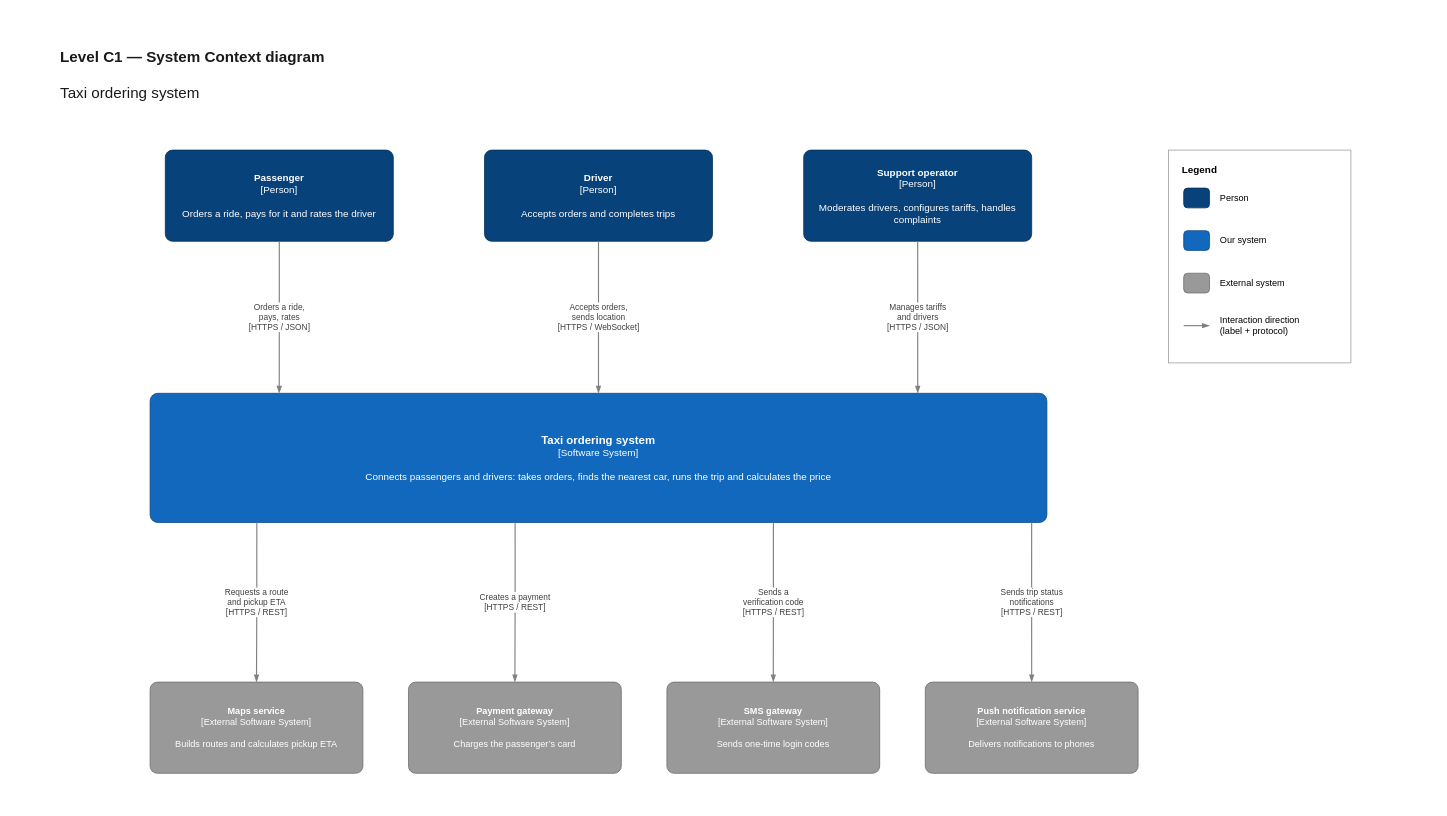
The draw.io diagram page "C1 — System Context" (1 of 3) of docs/architecture/ideal/diagrams/taxi-c4-model.drawio in mineo71/taxi-app, before the edit. Source tidied: cells renumbered, new cells numbered last; positions are measured from the earlier drawing's top-left corner, leaving out a move shared by most shapes. Both pictures are drawn from the tidied source at 76%, with x=0, y=0 at pixel (13, 13).
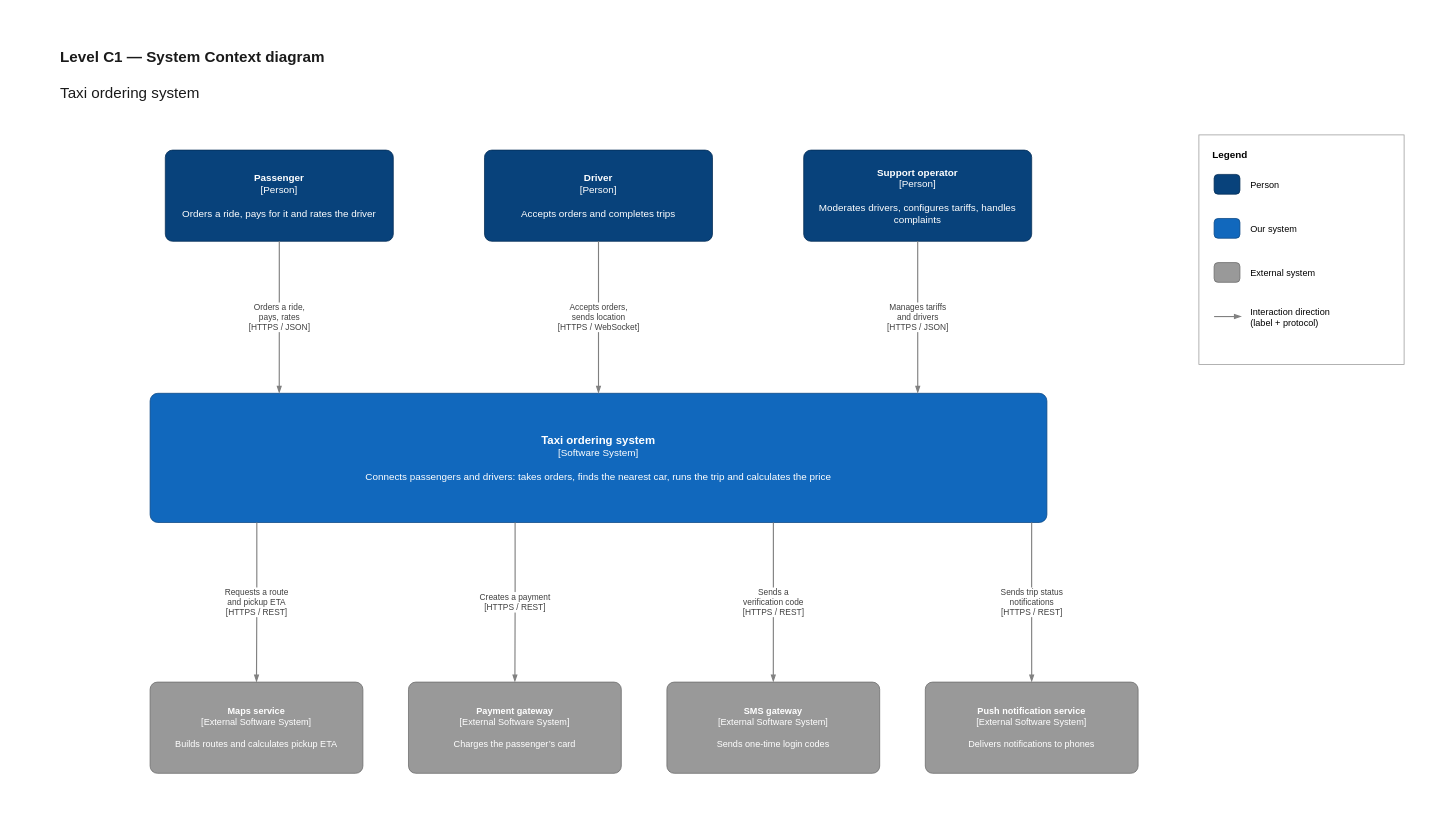
Above is the later version.

Change to the diagram source:
```diff
@@
     <mxCell id="2" style="rounded=0;whiteSpace=wrap;html=1;fillColor=#FFFFFF;strokeColor=none;" parent="1" vertex="1">
-      <mxGeometry width="1800" height="1040" as="geometry" />
+      <mxGeometry width="1870" height="1040" as="geometry" />
     </mxCell>
@@
     <mxCell id="19" value="&lt;b&gt;Legend&lt;/b&gt;" style="rounded=0;whiteSpace=wrap;html=1;fillColor=none;strokeColor=#9A9A9A;verticalAlign=top;align=left;spacingLeft=16;spacingTop=12;fontSize=13;" parent="1" vertex="1">
-      <mxGeometry x="1520" y="180" width="240" height="280" as="geometry" />
+      <mxGeometry x="1560" y="160" width="270" height="302" as="geometry" />
     </mxCell>
-    <mxCell id="20" style="rounded=1;arcSize=20;html=1;fillColor=#08427B;strokeColor=#052E56;" parent="1" vertex="1">
-      <mxGeometry x="1540" y="230" width="34" height="26" as="geometry" />
-    </mxCell>
+    <mxCell id="28" style="rounded=1;arcSize=20;html=1;fillColor=#08427B;strokeColor=#052E56;" parent="1" vertex="1">
+      <mxGeometry x="1580" y="212" width="34" height="26" as="geometry" />
+    </mxCell>
     <mxCell id="21" value="Person" style="text;html=1;align=left;verticalAlign=middle;fontSize=12;" parent="1" vertex="1">
-      <mxGeometry x="1586" y="230" width="160" height="26" as="geometry" />
+      <mxGeometry x="1626" y="210" width="190" height="32" as="geometry" />
     </mxCell>
-    <mxCell id="22" style="rounded=1;arcSize=20;html=1;fillColor=#1168BD;strokeColor=#0B4884;" parent="1" vertex="1">
-      <mxGeometry x="1540" y="286" width="34" height="26" as="geometry" />
-    </mxCell>
+    <mxCell id="29" style="rounded=1;arcSize=20;html=1;fillColor=#1168BD;strokeColor=#0B4884;" parent="1" vertex="1">
+      <mxGeometry x="1580" y="270" width="34" height="26" as="geometry" />
+    </mxCell>
     <mxCell id="23" value="Our system" style="text;html=1;align=left;verticalAlign=middle;fontSize=12;" parent="1" vertex="1">
-      <mxGeometry x="1586" y="286" width="160" height="26" as="geometry" />
+      <mxGeometry x="1626" y="268" width="190" height="32" as="geometry" />
     </mxCell>
-    <mxCell id="24" style="rounded=1;arcSize=20;html=1;fillColor=#999999;strokeColor=#6B6B6B;" parent="1" vertex="1">
-      <mxGeometry x="1540" y="342" width="34" height="26" as="geometry" />
-    </mxCell>
+    <mxCell id="30" style="rounded=1;arcSize=20;html=1;fillColor=#999999;strokeColor=#6B6B6B;" parent="1" vertex="1">
+      <mxGeometry x="1580" y="328" width="34" height="26" as="geometry" />
+    </mxCell>
     <mxCell id="25" value="External system" style="text;html=1;align=left;verticalAlign=middle;fontSize=12;" parent="1" vertex="1">
-      <mxGeometry x="1586" y="342" width="160" height="26" as="geometry" />
+      <mxGeometry x="1626" y="326" width="190" height="32" as="geometry" />
     </mxCell>
-    <mxCell id="26" style="endArrow=blockThin;html=1;strokeColor=#808080;strokeWidth=1.5;" parent="1" edge="1">
-      <mxGeometry relative="1" as="geometry">
-        <mxPoint x="1540" y="411" as="sourcePoint" />
-        <mxPoint x="1574" y="411" as="targetPoint" />
-      </mxGeometry>
-    </mxCell>
+    <mxCell id="31" style="edgeStyle=orthogonalEdgeStyle;rounded=1;endArrow=blockThin;html=1;strokeColor=#808080;strokeWidth=1.5;" parent="1" edge="1">
+      <mxGeometry relative="1" as="geometry">
+        <mxPoint x="1580" y="399" as="sourcePoint" />
+        <mxPoint x="1616" y="399" as="targetPoint" />
+      </mxGeometry>
+    </mxCell>
     <mxCell id="27" value="Interaction direction&lt;br&gt;(label + protocol)" style="text;html=1;align=left;verticalAlign=middle;fontSize=12;" parent="1" vertex="1">
-      <mxGeometry x="1586" y="392" width="160" height="38" as="geometry" />
+      <mxGeometry x="1626" y="384" width="190" height="32" as="geometry" />
     </mxCell>
```
